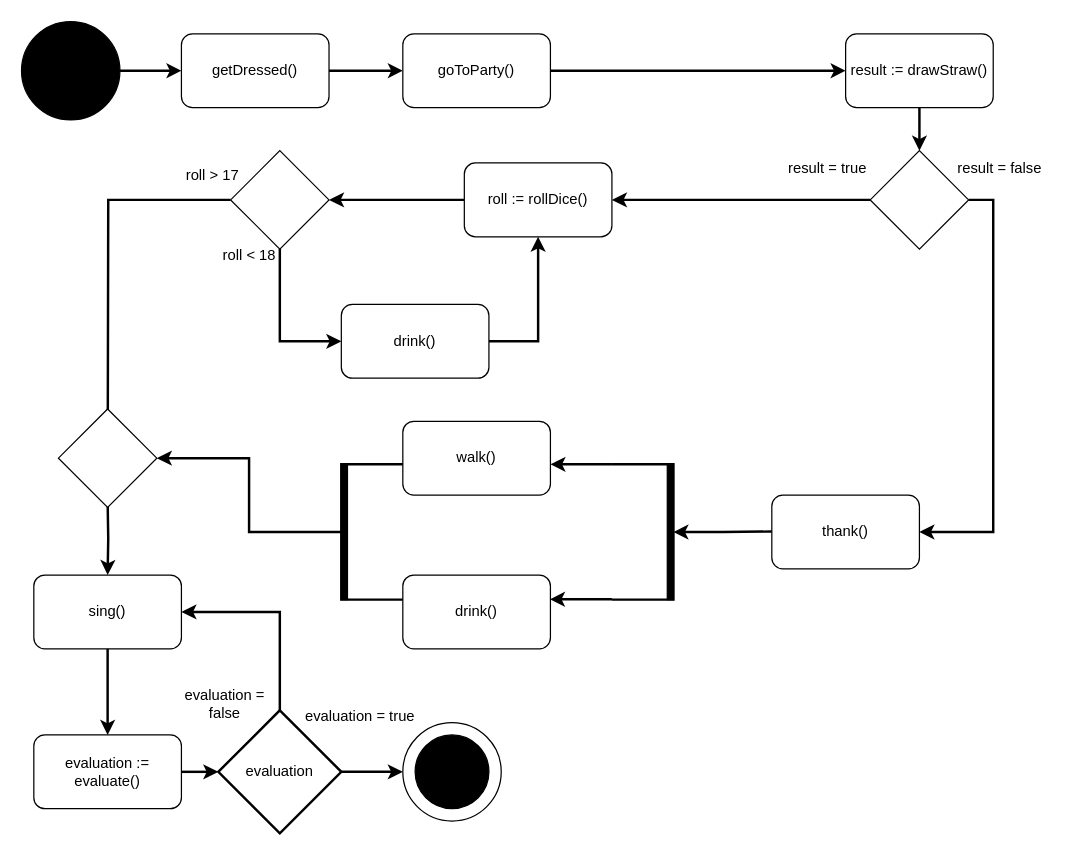
Earlier version of the draw.io diagram AufgabeParty.drawio (Gashunk/UML-Klassendiagramme). Source tidied: cells renumbered, new cells numbered last; positions are measured from the earlier drawing's top-left corner, leaving out a move shared by most shapes. Both pictures are drawn from the tidied source at 123%, with x=0, y=0 at pixel (21, 21).
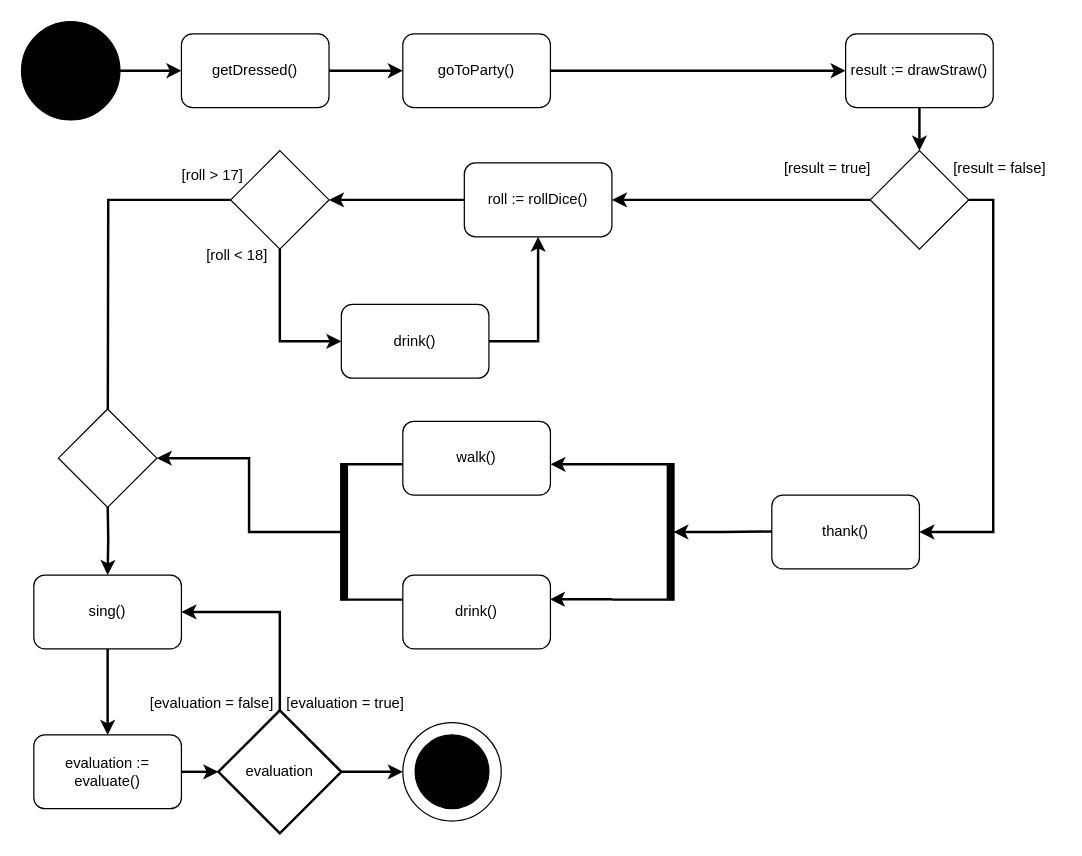
The same page after the edit.

The edit, as a diff of the source:
```diff
@@
-    <mxCell id="18" value="result = true" style="text;html=1;align=center;verticalAlign=middle;strokeColor=none;fillColor=none;" parent="1" vertex="1">
+    <mxCell id="18" value="[result = true]" style="text;html=1;align=center;verticalAlign=middle;strokeColor=none;fillColor=none;" parent="1" vertex="1">
       <mxGeometry x="610" y="105" width="90" height="30" as="geometry" />
     </mxCell>
-    <mxCell id="19" value="roll &amp;lt; 18" style="text;html=1;align=center;verticalAlign=middle;strokeColor=none;fillColor=none;" parent="1" vertex="1">
-      <mxGeometry x="150" y="175" width="70" height="30" as="geometry" />
+    <mxCell id="19" value="[roll &amp;lt; 18]" style="text;html=1;align=center;verticalAlign=middle;strokeColor=none;fillColor=none;" parent="1" vertex="1">
+      <mxGeometry x="140" y="175" width="70" height="30" as="geometry" />
     </mxCell>
@@
-    <mxCell id="26" value="result = false" style="text;html=1;align=center;verticalAlign=middle;strokeColor=none;fillColor=none;" parent="1" vertex="1">
-      <mxGeometry x="750" y="105" width="90" height="30" as="geometry" />
+    <mxCell id="26" value="[result = false]" style="text;html=1;align=center;verticalAlign=middle;strokeColor=none;fillColor=none;" parent="1" vertex="1">
+      <mxGeometry x="745" y="105" width="100" height="30" as="geometry" />
     </mxCell>
@@
-    <mxCell id="38" value="evaluation = &lt;br&gt;&lt;div&gt;false&lt;/div&gt;" style="text;html=1;align=center;verticalAlign=middle;strokeColor=none;fillColor=none;" parent="1" vertex="1">
-      <mxGeometry x="120" y="535" width="90" height="40" as="geometry" />
-    </mxCell>
@@
-    <mxCell id="41" value="evaluation = true" style="text;html=1;align=center;verticalAlign=middle;strokeColor=none;fillColor=none;" parent="1" vertex="1">
-      <mxGeometry x="220" y="550" width="110" height="30" as="geometry" />
+    <mxCell id="41" value="[evaluation = true]" style="text;html=1;align=center;verticalAlign=middle;strokeColor=none;fillColor=none;" parent="1" vertex="1">
+      <mxGeometry x="202.5" y="540" width="120" height="30" as="geometry" />
     </mxCell>
@@
-    <mxCell id="45" value="roll &amp;gt; 17" style="text;html=1;align=center;verticalAlign=middle;strokeColor=none;fillColor=none;" parent="1" vertex="1">
+    <mxCell id="45" value="[roll &amp;gt; 17]" style="text;html=1;align=center;verticalAlign=middle;strokeColor=none;fillColor=none;" parent="1" vertex="1">
       <mxGeometry x="120" y="110" width="70" height="30" as="geometry" />
     </mxCell>
@@
+    <mxCell id="48" value="[evaluation = false]" style="text;html=1;strokeColor=none;fillColor=none;align=center;verticalAlign=middle;whiteSpace=wrap;rounded=0;" parent="1" vertex="1">
+      <mxGeometry x="80" y="540" width="150" height="30" as="geometry" />
+    </mxCell>
```
